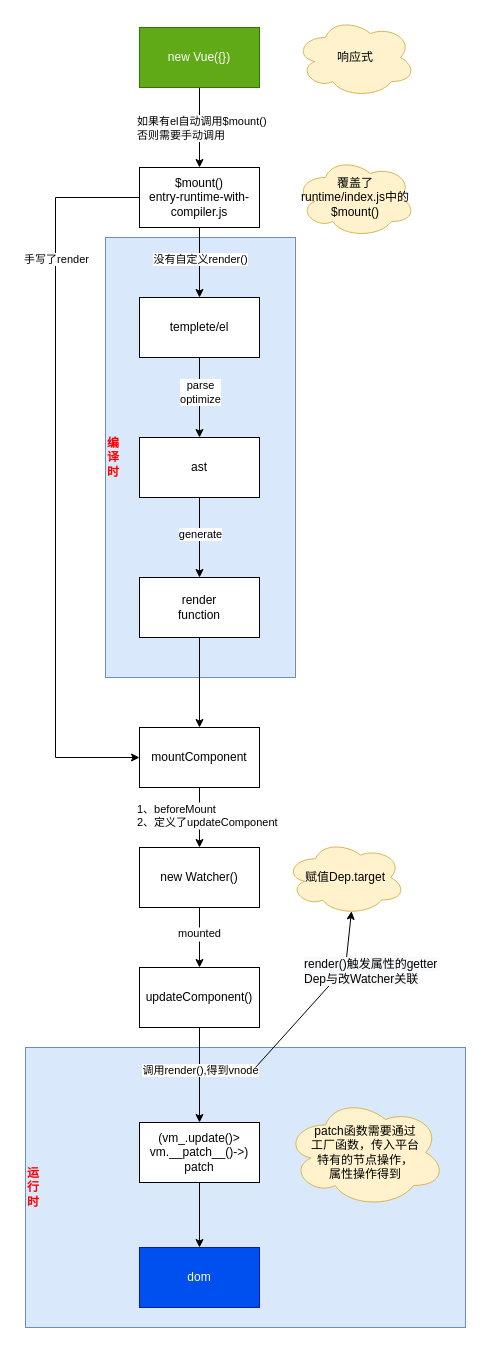
Before: page "vue" (2 of 2) of vue.drawio in sunven/vue, a draw.io diagram. Source tidied: cells renumbered, new cells numbered last; positions are measured from the earlier drawing's top-left corner, leaving out a move shared by most shapes. Both pictures are drawn from the tidied source at 100%, with x=0, y=0 at pixel (25, 17).
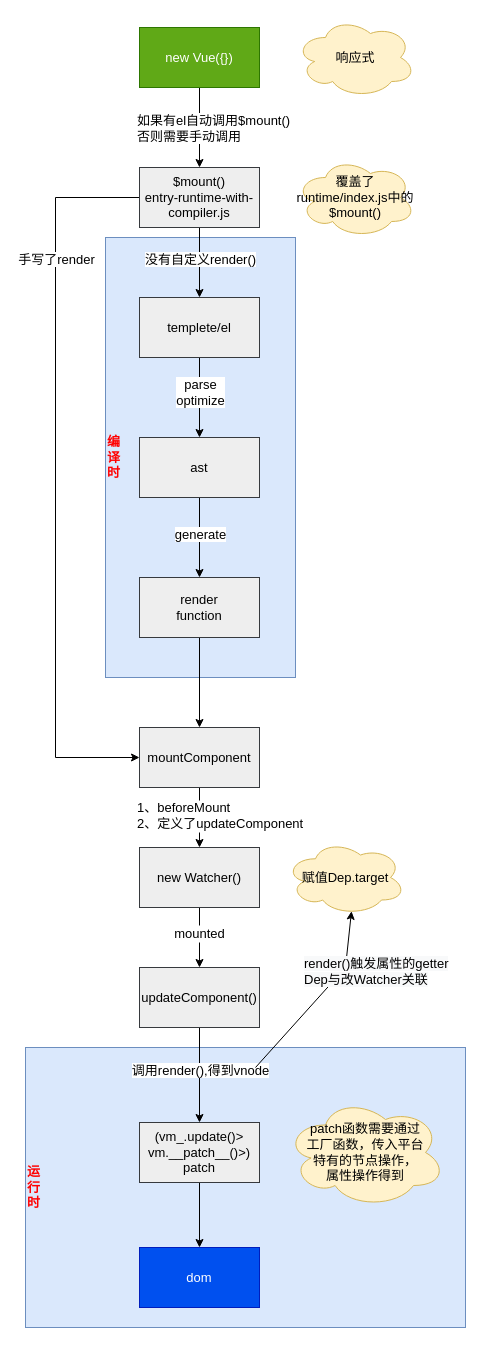
The same diagram, later.

The edit, as a diff of the source:
```diff
@@
-    <mxCell id="2" value="&lt;font color=&quot;#ff0000&quot;&gt;&lt;b&gt;运&lt;br&gt;行&lt;br&gt;时&lt;/b&gt;&lt;/font&gt;" style="rounded=0;whiteSpace=wrap;html=1;align=left;direction=south;fillColor=#dae8fc;strokeColor=#6c8ebf;" parent="1" vertex="1">
+    <mxCell id="2" value="&lt;font color=&quot;#ff0000&quot; style=&quot;font-size: 13px;&quot;&gt;&lt;b style=&quot;font-size: 13px;&quot;&gt;运&lt;br style=&quot;font-size: 13px;&quot;&gt;行&lt;br style=&quot;font-size: 13px;&quot;&gt;时&lt;/b&gt;&lt;/font&gt;" style="rounded=0;whiteSpace=wrap;html=1;align=left;direction=south;fillColor=#dae8fc;strokeColor=#6c8ebf;fontSize=13;" parent="1" vertex="1">
       <mxGeometry y="1030" width="440" height="280" as="geometry" />
     </mxCell>
-    <mxCell id="3" value="&lt;b&gt;&lt;font color=&quot;#ff0000&quot;&gt;编&lt;br&gt;译&lt;br&gt;时&lt;/font&gt;&lt;/b&gt;" style="rounded=0;whiteSpace=wrap;html=1;align=left;direction=south;fillColor=#dae8fc;strokeColor=#6c8ebf;" parent="1" vertex="1">
+    <mxCell id="3" value="&lt;b style=&quot;font-size: 13px;&quot;&gt;&lt;font color=&quot;#ff0000&quot; style=&quot;font-size: 13px;&quot;&gt;编&lt;br style=&quot;font-size: 13px;&quot;&gt;译&lt;br style=&quot;font-size: 13px;&quot;&gt;时&lt;/font&gt;&lt;/b&gt;" style="rounded=0;whiteSpace=wrap;html=1;align=left;direction=south;fillColor=#dae8fc;strokeColor=#6c8ebf;fontSize=13;" parent="1" vertex="1">
       <mxGeometry x="80" y="220" width="190" height="440" as="geometry" />
     </mxCell>
-    <mxCell id="4" style="edgeStyle=orthogonalEdgeStyle;rounded=0;jettySize=auto;html=1;" parent="1" edge="1" source="6" target="9">
+    <mxCell id="4" style="edgeStyle=orthogonalEdgeStyle;rounded=0;jettySize=auto;html=1;fontSize=13;" parent="1" edge="1" source="6" target="9">
       <mxGeometry relative="1" as="geometry" />
     </mxCell>
-    <mxCell id="5" value="parse&lt;br&gt;optimize" style="edgeLabel;html=1;align=center;verticalAlign=middle;" parent="4" vertex="1">
+    <mxCell id="5" value="parse&lt;br style=&quot;font-size: 13px;&quot;&gt;optimize" style="edgeLabel;html=1;align=center;verticalAlign=middle;fontSize=13;" parent="4" vertex="1">
       <mxGeometry x="-0.14" relative="1" as="geometry" />
     </mxCell>
-    <mxCell id="6" value="templete/el" style="rounded=0;whiteSpace=wrap;html=1;" parent="1" vertex="1">
+    <mxCell id="6" value="templete/el" style="rounded=0;whiteSpace=wrap;html=1;fontSize=13;fillColor=#eeeeee;strokeColor=#36393d;" parent="1" vertex="1">
       <mxGeometry x="114" y="280" width="120" height="60" as="geometry" />
     </mxCell>
-    <mxCell id="7" style="edgeStyle=orthogonalEdgeStyle;rounded=0;jettySize=auto;html=1;" parent="1" edge="1" source="9" target="11">
+    <mxCell id="7" style="edgeStyle=orthogonalEdgeStyle;rounded=0;jettySize=auto;html=1;fontSize=13;" parent="1" edge="1" source="9" target="11">
       <mxGeometry relative="1" as="geometry" />
     </mxCell>
-    <mxCell id="8" value="generate" style="edgeLabel;html=1;align=center;verticalAlign=middle;" parent="7" vertex="1">
+    <mxCell id="8" value="generate" style="edgeLabel;html=1;align=center;verticalAlign=middle;fontSize=13;" parent="7" vertex="1">
       <mxGeometry x="-0.09" relative="1" as="geometry" />
     </mxCell>
-    <mxCell id="9" value="ast" style="rounded=0;whiteSpace=wrap;html=1;" parent="1" vertex="1">
+    <mxCell id="9" value="ast" style="rounded=0;whiteSpace=wrap;html=1;fontSize=13;fillColor=#eeeeee;strokeColor=#36393d;" parent="1" vertex="1">
       <mxGeometry x="114" y="420" width="120" height="60" as="geometry" />
     </mxCell>
-    <mxCell id="10" style="edgeStyle=orthogonalEdgeStyle;rounded=0;jettySize=auto;html=1;" parent="1" edge="1" source="11" target="22">
+    <mxCell id="10" style="edgeStyle=orthogonalEdgeStyle;rounded=0;jettySize=auto;html=1;fontSize=13;" parent="1" edge="1" source="11" target="22">
       <mxGeometry relative="1" as="geometry" />
     </mxCell>
-    <mxCell id="11" value="render&lt;br&gt;function" style="rounded=0;whiteSpace=wrap;html=1;" parent="1" vertex="1">
+    <mxCell id="11" value="render&lt;br style=&quot;font-size: 13px;&quot;&gt;function" style="rounded=0;whiteSpace=wrap;html=1;fontSize=13;fillColor=#eeeeee;strokeColor=#36393d;" parent="1" vertex="1">
       <mxGeometry x="114" y="560" width="120" height="60" as="geometry" />
     </mxCell>
-    <mxCell id="12" style="edgeStyle=orthogonalEdgeStyle;rounded=0;jettySize=auto;html=1;entryX=0.5;entryY=0;entryDx=0;entryDy=0;" parent="1" edge="1" source="16" target="6">
+    <mxCell id="12" style="edgeStyle=orthogonalEdgeStyle;rounded=0;jettySize=auto;html=1;entryX=0.5;entryY=0;entryDx=0;entryDy=0;fontSize=13;" parent="1" edge="1" source="16" target="6">
       <mxGeometry relative="1" as="geometry" />
     </mxCell>
-    <mxCell id="13" value="没有自定义render()" style="edgeLabel;html=1;align=center;verticalAlign=middle;" parent="12" vertex="1">
+    <mxCell id="13" value="没有自定义render()" style="edgeLabel;html=1;align=center;verticalAlign=middle;fontSize=13;" parent="12" vertex="1">
       <mxGeometry x="-0.12" relative="1" as="geometry" />
     </mxCell>
-    <mxCell id="14" style="edgeStyle=orthogonalEdgeStyle;rounded=0;jettySize=auto;html=1;entryX=0;entryY=0.5;entryDx=0;entryDy=0;" parent="1" edge="1" source="16" target="22">
+    <mxCell id="14" style="edgeStyle=orthogonalEdgeStyle;rounded=0;jettySize=auto;html=1;entryX=0;entryY=0.5;entryDx=0;entryDy=0;fontSize=13;" parent="1" edge="1" source="16" target="22">
       <mxGeometry relative="1" as="geometry">
         <Array as="points">
           <mxPoint x="30" y="180" />
           <mxPoint x="30" y="740" />
         </Array>
       </mxGeometry>
     </mxCell>
-    <mxCell id="15" value="手写了render" style="edgeLabel;html=1;align=center;verticalAlign=middle;" parent="14" vertex="1">
+    <mxCell id="15" value="手写了render" style="edgeLabel;html=1;align=center;verticalAlign=middle;fontSize=13;" parent="14" vertex="1">
       <mxGeometry x="-0.12" relative="1" as="geometry">
         <mxPoint y="-175" as="offset" />
       </mxGeometry>
     </mxCell>
-    <mxCell id="16" value="$mount()&#10;entry-runtime-with-compiler.js" style="rounded=0;whiteSpace=wrap;" parent="1" vertex="1">
+    <mxCell id="16" value="$mount()&#10;entry-runtime-with-compiler.js" style="rounded=0;whiteSpace=wrap;fontSize=13;fillColor=#eeeeee;strokeColor=#36393d;" parent="1" vertex="1">
       <mxGeometry x="114" y="150" width="120" height="60" as="geometry" />
     </mxCell>
-    <mxCell id="17" style="edgeStyle=orthogonalEdgeStyle;rounded=0;jettySize=auto;html=1;entryX=0.5;entryY=0;entryDx=0;entryDy=0;" parent="1" edge="1" source="19" target="16">
+    <mxCell id="17" style="edgeStyle=orthogonalEdgeStyle;rounded=0;jettySize=auto;html=1;entryX=0.5;entryY=0;entryDx=0;entryDy=0;fontSize=13;" parent="1" edge="1" source="19" target="16">
       <mxGeometry relative="1" as="geometry" />
     </mxCell>
-    <mxCell id="18" value="如果有el自动调用$mount()&lt;br&gt;否则需要手动调用" style="edgeLabel;html=1;align=left;verticalAlign=middle;" parent="17" vertex="1">
+    <mxCell id="18" value="如果有el自动调用$mount()&lt;br style=&quot;font-size: 13px;&quot;&gt;否则需要手动调用" style="edgeLabel;html=1;align=left;verticalAlign=middle;fontSize=13;" parent="17" vertex="1">
       <mxGeometry x="-0.1" y="1" relative="1" as="geometry">
         <mxPoint x="-65" y="4" as="offset" />
       </mxGeometry>
     </mxCell>
-    <mxCell id="19" value="new Vue({})" style="rounded=0;whiteSpace=wrap;fillColor=#60a917;strokeColor=#2D7600;fontColor=#ffffff;" parent="1" vertex="1">
+    <mxCell id="19" value="new Vue({})" style="rounded=0;whiteSpace=wrap;fillColor=#60a917;strokeColor=#2D7600;fontColor=#ffffff;fontSize=13;" parent="1" vertex="1">
       <mxGeometry x="114" y="10" width="120" height="60" as="geometry" />
     </mxCell>
-    <mxCell id="20" style="edgeStyle=orthogonalEdgeStyle;rounded=0;jettySize=auto;html=1;" parent="1" edge="1" source="22" target="25">
+    <mxCell id="20" style="edgeStyle=orthogonalEdgeStyle;rounded=0;jettySize=auto;html=1;fontSize=13;" parent="1" edge="1" source="22" target="25">
       <mxGeometry relative="1" as="geometry" />
     </mxCell>
-    <mxCell id="21" value="1、beforeMount&#10;2、定义了updateComponent" style="edgeLabel;align=left;verticalAlign=middle;" parent="20" vertex="1">
+    <mxCell id="21" value="1、beforeMount&#10;2、定义了updateComponent" style="edgeLabel;align=left;verticalAlign=middle;fontSize=13;" parent="20" vertex="1">
       <mxGeometry x="-0.11" y="1" relative="1" as="geometry">
         <mxPoint x="-65" as="offset" />
       </mxGeometry>
     </mxCell>
-    <mxCell id="22" value="mountComponent" style="rounded=0;whiteSpace=wrap;" parent="1" vertex="1">
+    <mxCell id="22" value="mountComponent" style="rounded=0;whiteSpace=wrap;fontSize=13;fillColor=#eeeeee;strokeColor=#36393d;" parent="1" vertex="1">
       <mxGeometry x="114" y="710" width="120" height="60" as="geometry" />
     </mxCell>
-    <mxCell id="23" style="edgeStyle=orthogonalEdgeStyle;rounded=0;jettySize=auto;html=1;" parent="1" edge="1" source="25" target="28">
+    <mxCell id="23" style="edgeStyle=orthogonalEdgeStyle;rounded=0;jettySize=auto;html=1;fontSize=13;" parent="1" edge="1" source="25" target="28">
       <mxGeometry relative="1" as="geometry" />
     </mxCell>
-    <mxCell id="24" value="mounted" style="edgeLabel;align=center;verticalAlign=middle;" parent="23" vertex="1">
+    <mxCell id="24" value="mounted" style="edgeLabel;align=center;verticalAlign=middle;fontSize=13;" parent="23" vertex="1">
       <mxGeometry x="-0.16" relative="1" as="geometry" />
     </mxCell>
-    <mxCell id="25" value="new Watcher()" style="rounded=0;whiteSpace=wrap;" parent="1" vertex="1">
+    <mxCell id="25" value="new Watcher()" style="rounded=0;whiteSpace=wrap;fontSize=13;fillColor=#eeeeee;strokeColor=#36393d;" parent="1" vertex="1">
       <mxGeometry x="114" y="830" width="120" height="60" as="geometry" />
     </mxCell>
-    <mxCell id="26" style="edgeStyle=orthogonalEdgeStyle;rounded=0;jettySize=auto;html=1;" parent="1" edge="1" source="28" target="30">
+    <mxCell id="26" style="edgeStyle=orthogonalEdgeStyle;rounded=0;jettySize=auto;html=1;fontSize=13;" parent="1" edge="1" source="28" target="30">
       <mxGeometry relative="1" as="geometry" />
     </mxCell>
-    <mxCell id="27" value="调用render(),得到vnode" style="edgeLabel;html=1;align=center;verticalAlign=middle;" parent="26" vertex="1">
+    <mxCell id="27" value="调用render(),得到vnode" style="edgeLabel;html=1;align=center;verticalAlign=middle;fontSize=13;" parent="26" vertex="1">
       <mxGeometry x="-0.11" relative="1" as="geometry" />
     </mxCell>
-    <mxCell id="28" value="updateComponent()" style="rounded=0;whiteSpace=wrap;" parent="1" vertex="1">
+    <mxCell id="28" value="updateComponent()" style="rounded=0;whiteSpace=wrap;fontSize=13;fillColor=#eeeeee;strokeColor=#36393d;" parent="1" vertex="1">
       <mxGeometry x="114" y="950" width="120" height="60" as="geometry" />
     </mxCell>
-    <mxCell id="29" style="edgeStyle=orthogonalEdgeStyle;rounded=0;jettySize=auto;html=1;entryX=0.5;entryY=0;entryDx=0;entryDy=0;" parent="1" edge="1" source="30" target="32">
+    <mxCell id="29" style="edgeStyle=orthogonalEdgeStyle;rounded=0;jettySize=auto;html=1;entryX=0.5;entryY=0;entryDx=0;entryDy=0;fontSize=13;" parent="1" edge="1" source="30" target="32">
       <mxGeometry relative="1" as="geometry" />
     </mxCell>
-    <mxCell id="30" value="(vm_.update()&gt;&#10;vm.__patch__()-&gt;)&#10;patch" style="rounded=0;whiteSpace=wrap;" parent="1" vertex="1">
+    <mxCell id="30" value="(vm_.update()&gt;&#10;vm.__patch__()&gt;)&#10;patch" style="rounded=0;whiteSpace=wrap;fontSize=13;fillColor=#eeeeee;strokeColor=#36393d;" parent="1" vertex="1">
       <mxGeometry x="114" y="1105" width="120" height="60" as="geometry" />
     </mxCell>
-    <mxCell id="31" value="&lt;span&gt;覆盖了&lt;/span&gt;&lt;br&gt;&lt;span&gt;runtime/index.js中的&lt;br&gt;&lt;/span&gt;$mount()&lt;span&gt;&lt;br&gt;&lt;/span&gt;" style="ellipse;shape=cloud;whiteSpace=wrap;html=1;fillColor=#fff2cc;strokeColor=#d6b656;" parent="1" vertex="1">
+    <mxCell id="31" value="&lt;span style=&quot;font-size: 13px;&quot;&gt;覆盖了&lt;/span&gt;&lt;br style=&quot;font-size: 13px;&quot;&gt;&lt;span style=&quot;font-size: 13px;&quot;&gt;runtime/index.js中的&lt;br style=&quot;font-size: 13px;&quot;&gt;&lt;/span&gt;$mount()&lt;span style=&quot;font-size: 13px;&quot;&gt;&lt;br style=&quot;font-size: 13px;&quot;&gt;&lt;/span&gt;" style="ellipse;shape=cloud;whiteSpace=wrap;html=1;fillColor=#fff2cc;strokeColor=#d6b656;fontSize=13;" parent="1" vertex="1">
       <mxGeometry x="270" y="140" width="120" height="80" as="geometry" />
     </mxCell>
-    <mxCell id="32" value="dom" style="rounded=0;whiteSpace=wrap;fillColor=#0050ef;strokeColor=#001DBC;fontColor=#ffffff;" parent="1" vertex="1">
+    <mxCell id="32" value="dom" style="rounded=0;whiteSpace=wrap;fillColor=#0050ef;strokeColor=#001DBC;fontColor=#ffffff;fontSize=13;" parent="1" vertex="1">
       <mxGeometry x="114" y="1230" width="120" height="60" as="geometry" />
     </mxCell>
-    <mxCell id="33" value="响应式" style="ellipse;shape=cloud;whiteSpace=wrap;html=1;fillColor=#fff2cc;strokeColor=#d6b656;" parent="1" vertex="1">
+    <mxCell id="33" value="响应式" style="ellipse;shape=cloud;whiteSpace=wrap;html=1;fillColor=#fff2cc;strokeColor=#d6b656;fontSize=13;" parent="1" vertex="1">
       <mxGeometry x="270" width="120" height="80" as="geometry" />
     </mxCell>
-    <mxCell id="34" value="patch函数需要通过&lt;br&gt;工厂函数，传入平台&lt;br&gt;特有的节点操作，&lt;br&gt;属性操作得到" style="ellipse;shape=cloud;whiteSpace=wrap;html=1;align=center;fillColor=#fff2cc;strokeColor=#d6b656;" parent="1" vertex="1">
+    <mxCell id="34" value="patch函数需要通过&lt;br style=&quot;font-size: 13px;&quot;&gt;工厂函数，传入平台&lt;br style=&quot;font-size: 13px;&quot;&gt;特有的节点操作，&lt;br style=&quot;font-size: 13px;&quot;&gt;属性操作得到" style="ellipse;shape=cloud;whiteSpace=wrap;html=1;align=center;fillColor=#fff2cc;strokeColor=#d6b656;fontSize=13;" parent="1" vertex="1">
       <mxGeometry x="260" y="1080" width="160" height="110" as="geometry" />
     </mxCell>
-    <mxCell id="35" value="赋值Dep.target" style="ellipse;shape=cloud;whiteSpace=wrap;align=center;fillColor=#fff2cc;strokeColor=#d6b656;" parent="1" vertex="1">
+    <mxCell id="35" value="赋值Dep.target" style="ellipse;shape=cloud;whiteSpace=wrap;align=center;fillColor=#fff2cc;strokeColor=#d6b656;fontSize=13;" parent="1" vertex="1">
       <mxGeometry x="260" y="822.5" width="120" height="75" as="geometry" />
     </mxCell>
-    <mxCell id="36" style="endArrow=classic;html=1;entryX=0.55;entryY=0.95;entryDx=0;entryDy=0;entryPerimeter=0;" parent="1" edge="1" target="35">
+    <mxCell id="36" style="endArrow=classic;html=1;entryX=0.55;entryY=0.95;entryDx=0;entryDy=0;entryPerimeter=0;fontSize=13;" parent="1" edge="1" target="35">
       <mxGeometry relative="1" as="geometry">
         <mxPoint x="230" y="1050" as="sourcePoint" />
         <Array as="points">
           <mxPoint x="320" y="950" />
         </Array>
       </mxGeometry>
     </mxCell>
-    <mxCell id="37" value="&lt;span style=&quot;font-size: 12px ; background-color: rgb(248 , 249 , 250)&quot;&gt;render()触发属性的getter&lt;br&gt;Dep与改Watcher关联&lt;/span&gt;" style="edgeLabel;html=1;align=left;verticalAlign=middle;" parent="36" vertex="1">
+    <mxCell id="37" value="&lt;span style=&quot;font-size: 13px; background-color: rgb(248, 249, 250);&quot;&gt;render()触发属性的getter&lt;br style=&quot;font-size: 13px;&quot;&gt;Dep与改Watcher关联&lt;/span&gt;" style="edgeLabel;html=1;align=left;verticalAlign=middle;fontSize=13;" parent="36" vertex="1">
       <mxGeometry x="0.25" y="-1" relative="1" as="geometry">
         <mxPoint x="-33" y="-9" as="offset" />
       </mxGeometry>
     </mxCell>
```
